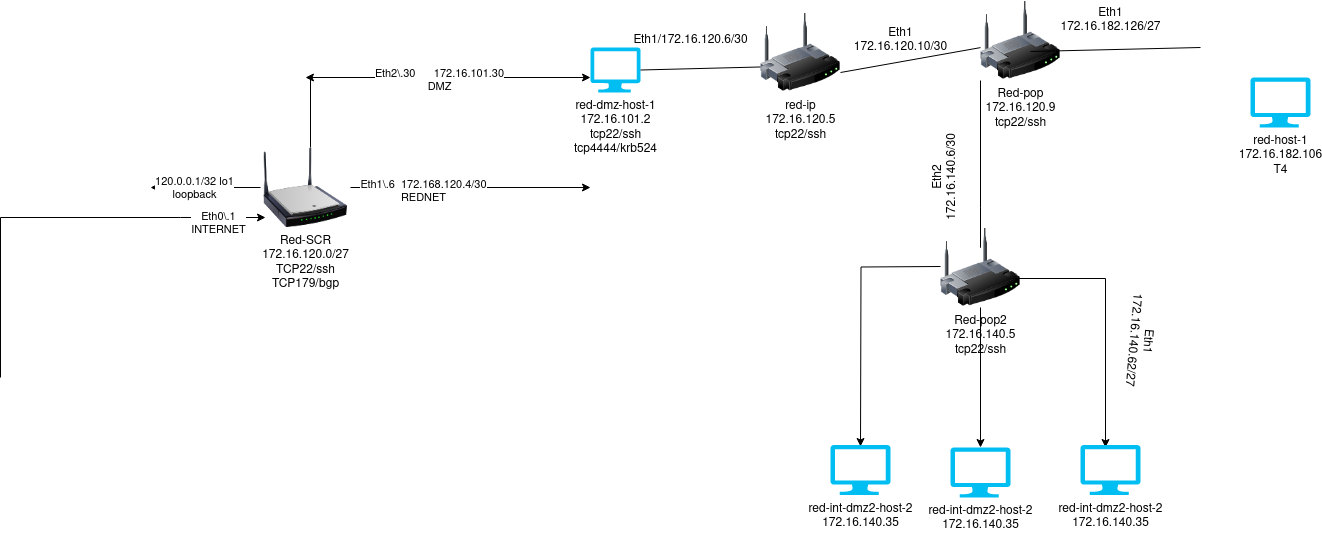
Above: networkingctfs.drawio.png in mesnath/Networking (draw.io), before the change. Source tidied: cells renumbered, new cells last; positions are measured from the earlier drawing's top-left corner, leaving out a move shared by most shapes.
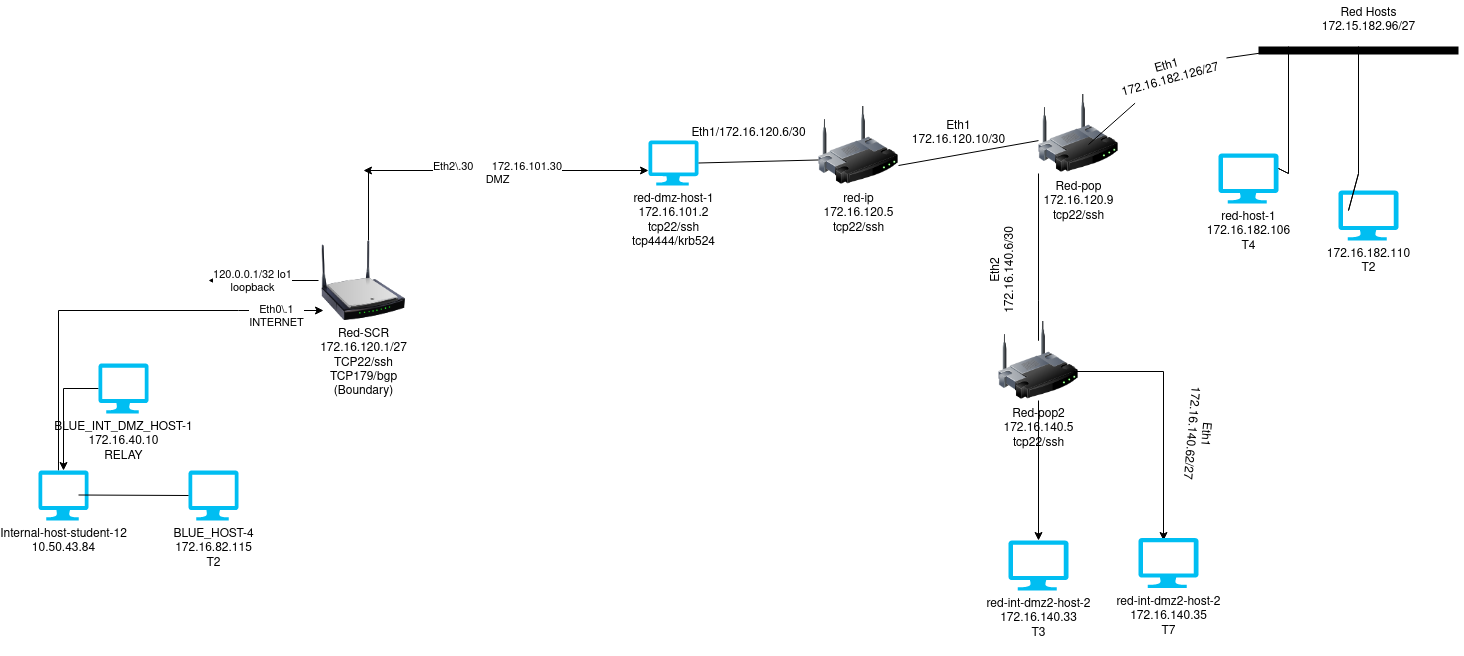
The same diagram one commit later.

The edit, as a diff of the source:
```diff
@@ -13,14 +13,6 @@
         <mxPoint x="1" as="offset" />
       </mxGeometry>
     </mxCell>
-    <mxCell id="4" style="edgeStyle=orthogonalEdgeStyle;rounded=0;jettySize=auto;html=1;" parent="1" edge="1" source="9">
-      <mxGeometry relative="1" as="geometry">
-        <mxPoint x="590" y="187" as="targetPoint" />
-      </mxGeometry>
-    </mxCell>
-    <mxCell id="5" value="&lt;div&gt;Eth1\.6&amp;nbsp; 172.168.120.4/30&lt;/div&gt;&lt;div&gt;REDNET&lt;br&gt;&lt;/div&gt;" style="edgeLabel;html=1;align=center;verticalAlign=middle;" parent="4" vertex="1">
-      <mxGeometry x="-0.4" y="-3" relative="1" as="geometry" />
-    </mxCell>
     <mxCell id="6" style="edgeStyle=orthogonalEdgeStyle;rounded=0;jettySize=auto;html=1;" parent="1" edge="1" source="9">
       <mxGeometry relative="1" as="geometry">
         <mxPoint x="305" y="77" as="targetPoint" />
@@ -37,7 +29,7 @@
     <mxCell id="8" value="120.0.0.1/32 lo1&lt;br&gt;loopback" style="edgeLabel;html=1;align=center;verticalAlign=middle;" parent="7" vertex="1">
       <mxGeometry x="0.21" relative="1" as="geometry" />
     </mxCell>
-    <mxCell id="9" value="&lt;div&gt;Red-SCR&lt;/div&gt;&lt;div&gt;172.16.120.0/27&lt;br&gt;&lt;/div&gt;TCP22/ssh&lt;br&gt;TCP179/bgp" style="image;html=1;image=img/lib/clip_art/networking/Wireless_Router_N_128x128.png;" parent="1" vertex="1">
+    <mxCell id="9" value="&lt;div&gt;Red-SCR&lt;/div&gt;&lt;div&gt;172.16.120.1/27&lt;br&gt;&lt;/div&gt;TCP22/ssh&lt;br&gt;&lt;div&gt;TCP179/bgp&lt;/div&gt;&lt;div&gt;(Boundary)&lt;br&gt;&lt;/div&gt;&lt;div&gt;&lt;br&gt;&lt;/div&gt;" style="image;html=1;image=img/lib/clip_art/networking/Wireless_Router_N_128x128.png;" parent="1" vertex="1">
       <mxGeometry x="260" y="147" width="90" height="80" as="geometry" />
     </mxCell>
     <mxCell id="10" style="endArrow=classic;html=1;rounded=0;" parent="1" edge="1">
@@ -82,18 +74,14 @@
     <mxCell id="20" value="Red-pop&lt;br&gt;172.16.120.9&lt;br&gt;tcp22/ssh" style="image;html=1;image=img/lib/clip_art/networking/Wireless_Router_128x128.png;" parent="1" vertex="1">
       <mxGeometry x="980" width="80" height="80" as="geometry" />
     </mxCell>
-    <mxCell id="21" style="endArrow=none;html=1;rounded=0;exitX=1;exitY=0.5;exitDx=0;exitDy=0;exitPerimeter=0;" parent="1" edge="1">
+    <mxCell id="21" style="endArrow=none;html=1;rounded=0;exitX=1;exitY=0.5;exitDx=0;exitDy=0;exitPerimeter=0;" parent="1" edge="1" source="23">
       <mxGeometry relative="1" as="geometry">
-        <mxPoint x="1030" y="51" as="sourcePoint" />
-        <mxPoint x="1200" y="47" as="targetPoint" />
+        <mxPoint x="1220" y="-43" as="targetPoint" />
       </mxGeometry>
     </mxCell>
     <mxCell id="22" value="red-host-1&lt;br&gt;&lt;div&gt;172.16.182.106&lt;/div&gt;&lt;div&gt;T4&lt;br&gt;&lt;/div&gt;" style="verticalLabelPosition=bottom;html=1;verticalAlign=top;align=center;strokeColor=none;fillColor=#00BEF2;shape=mxgraph.azure.computer;" parent="1" vertex="1">
-      <mxGeometry x="1250" y="77" width="60" height="50" as="geometry" />
+      <mxGeometry x="1160" y="60" width="60" height="50" as="geometry" />
     </mxCell>
-    <mxCell id="23" value="Eth1&lt;br&gt;172.16.182.126/27" style="text;html=1;align=center;verticalAlign=middle;points=[];strokeColor=none;fillColor=none;" parent="1" vertex="1">
-      <mxGeometry x="1050" width="120" height="40" as="geometry" />
-    </mxCell>
     <mxCell id="24" style="edgeStyle=orthogonalEdgeStyle;rounded=0;orthogonalLoop=1;jettySize=auto;html=1;" parent="1" edge="1">
       <mxGeometry relative="1" as="geometry">
         <mxPoint x="990" y="277" as="sourcePoint" />
@@ -119,26 +107,74 @@
     <mxCell id="27" value="Red-pop2&lt;br&gt;172.16.140.5&lt;br&gt;tcp22/ssh" style="image;html=1;image=img/lib/clip_art/networking/Wireless_Router_128x128.png;" parent="1" vertex="1">
       <mxGeometry x="940" y="227" width="80" height="80" as="geometry" />
     </mxCell>
-    <mxCell id="28" value="&lt;div&gt;red-int-dmz2-host-2&lt;/div&gt;&lt;div&gt;172.16.140.35&lt;/div&gt;&lt;div&gt;&lt;br&gt;&lt;/div&gt;" style="verticalLabelPosition=bottom;html=1;verticalAlign=top;align=center;strokeColor=none;fillColor=#00BEF2;shape=mxgraph.azure.computer;" parent="1" vertex="1">
+    <mxCell id="28" value="&lt;div&gt;red-int-dmz2-host-2&lt;/div&gt;&lt;div&gt;172.16.140.35&lt;/div&gt;&lt;div&gt;T7&lt;br&gt;&lt;/div&gt;&lt;div&gt;&lt;br&gt;&lt;/div&gt;" style="verticalLabelPosition=bottom;html=1;verticalAlign=top;align=center;strokeColor=none;fillColor=#00BEF2;shape=mxgraph.azure.computer;" parent="1" vertex="1">
       <mxGeometry x="1080" y="444.5" width="60" height="50" as="geometry" />
     </mxCell>
     <mxCell id="29" value="Eth1&lt;br&gt;172.16.140.62/27" style="text;html=1;align=center;verticalAlign=middle;strokeColor=none;fillColor=none;rotation=95;" parent="1" vertex="1">
       <mxGeometry x="1080" y="320" width="120" height="40" as="geometry" />
     </mxCell>
-    <mxCell id="30" style="edgeStyle=orthogonalEdgeStyle;rounded=0;orthogonalLoop=1;jettySize=auto;html=1;" parent="1" edge="1">
-      <mxGeometry relative="1" as="geometry">
-        <mxPoint x="940" y="266" as="sourcePoint" />
-        <mxPoint x="860" y="446" as="targetPoint" />
-      </mxGeometry>
-    </mxCell>
     <mxCell id="31" style="edgeStyle=orthogonalEdgeStyle;rounded=0;jettySize=auto;html=1;" parent="1" edge="1" source="27" target="33">
       <mxGeometry relative="1" as="geometry" />
     </mxCell>
-    <mxCell id="32" value="&lt;div&gt;red-int-dmz2-host-2&lt;/div&gt;&lt;div&gt;172.16.140.35&lt;/div&gt;&lt;div&gt;&lt;br&gt;&lt;/div&gt;" style="verticalLabelPosition=bottom;html=1;verticalAlign=top;align=center;strokeColor=none;fillColor=#00BEF2;shape=mxgraph.azure.computer;" parent="1" vertex="1">
-      <mxGeometry x="830" y="444.5" width="60" height="50" as="geometry" />
-    </mxCell>
-    <mxCell id="33" value="&lt;div&gt;red-int-dmz2-host-2&lt;/div&gt;&lt;div&gt;172.16.140.35&lt;/div&gt;&lt;div&gt;&lt;br&gt;&lt;/div&gt;" style="verticalLabelPosition=bottom;html=1;verticalAlign=top;align=center;strokeColor=none;fillColor=#00BEF2;shape=mxgraph.azure.computer;" parent="1" vertex="1">
+    <mxCell id="33" value="&lt;div&gt;red-int-dmz2-host-2&lt;/div&gt;&lt;div&gt;172.16.140.33&lt;/div&gt;&lt;div&gt;T3&lt;br&gt;&lt;/div&gt;&lt;div&gt;&lt;br&gt;&lt;/div&gt;" style="verticalLabelPosition=bottom;html=1;verticalAlign=top;align=center;strokeColor=none;fillColor=#00BEF2;shape=mxgraph.azure.computer;" parent="1" vertex="1">
       <mxGeometry x="950" y="447" width="60" height="50" as="geometry" />
     </mxCell>
+    <mxCell id="34" value="&lt;div&gt;Internal-host-student-12&lt;/div&gt;&lt;div&gt;10.50.43.84&lt;br&gt;&lt;/div&gt;" style="verticalLabelPosition=bottom;html=1;verticalAlign=top;align=center;strokeColor=none;fillColor=#00BEF2;shape=mxgraph.azure.computer;" parent="1" vertex="1">
+      <mxGeometry x="-20" y="377" width="50" height="50" as="geometry" />
+    </mxCell>
+    <mxCell id="35" style="edgeStyle=orthogonalEdgeStyle;rounded=0;jettySize=auto;html=1;" parent="1" edge="1" source="36" target="34">
+      <mxGeometry relative="1" as="geometry" />
+    </mxCell>
+    <mxCell id="36" value="&lt;div&gt;BLUE_INT_DMZ_HOST-1&lt;br&gt;172.16.40.10&lt;/div&gt;&lt;div&gt;RELAY&lt;br&gt;&lt;/div&gt;" style="verticalLabelPosition=bottom;html=1;verticalAlign=top;align=center;strokeColor=none;fillColor=#00BEF2;shape=mxgraph.azure.computer;" parent="1" vertex="1">
+      <mxGeometry x="40" y="270" width="50" height="50" as="geometry" />
+    </mxCell>
+    <mxCell id="37" value="BLUE_HOST-4&lt;br&gt;&lt;div&gt;172.16.82.115&lt;/div&gt;&lt;div&gt;T2&lt;br&gt;&lt;/div&gt;" style="verticalLabelPosition=bottom;html=1;verticalAlign=top;align=center;strokeColor=none;fillColor=#00BEF2;shape=mxgraph.azure.computer;" parent="1" vertex="1">
+      <mxGeometry x="130" y="377" width="50" height="50" as="geometry" />
+    </mxCell>
+    <mxCell id="38" style="endArrow=none;html=1;rounded=0;entryX=0;entryY=0.5;entryDx=0;entryDy=0;entryPerimeter=0;" parent="1" edge="1" target="37">
+      <mxGeometry relative="1" as="geometry">
+        <mxPoint x="20" y="401.5" as="sourcePoint" />
+      </mxGeometry>
+    </mxCell>
+    <mxCell id="39" style="endArrow=none;html=1;rounded=0;exitX=1;exitY=0.5;exitDx=0;exitDy=0;exitPerimeter=0;strokeWidth=8;" parent="1" edge="1">
+      <mxGeometry relative="1" as="geometry">
+        <mxPoint x="1200" y="-43" as="sourcePoint" />
+        <mxPoint x="1400" y="-43" as="targetPoint" />
+      </mxGeometry>
+    </mxCell>
+    <mxCell id="40" style="endArrow=none;html=1;rounded=0;exitX=1;exitY=0.5;exitDx=0;exitDy=0;exitPerimeter=0;" parent="1" edge="1" target="23">
+      <mxGeometry relative="1" as="geometry">
+        <mxPoint x="1030" y="51" as="sourcePoint" />
+      </mxGeometry>
+    </mxCell>
+    <mxCell id="23" value="Eth1&lt;br&gt;172.16.182.126/27" style="text;html=1;align=center;verticalAlign=middle;points=[];strokeColor=none;fillColor=none;rotation=-15;" parent="1" vertex="1">
+      <mxGeometry x="1050" y="-40" width="120" height="40" as="geometry" />
+    </mxCell>
+    <mxCell id="41" value="Red Hosts&lt;br&gt;172.15.182.96/27" style="text;html=1;align=center;verticalAlign=middle;strokeColor=none;fillColor=none;rotation=0;" parent="1" vertex="1">
+      <mxGeometry x="1250" y="-93" width="120" height="40" as="geometry" />
+    </mxCell>
+    <mxCell id="42" style="endArrow=none;html=1;rounded=0;exitX=1;exitY=0.75;exitDx=0;exitDy=0;entryX=0;entryY=1;entryDx=0;entryDy=0;" parent="1" edge="1">
+      <mxGeometry relative="1" as="geometry">
+        <mxPoint x="1230" y="80" as="sourcePoint" />
+        <mxPoint x="1230" y="-47" as="targetPoint" />
+        <Array as="points">
+          <mxPoint x="1220" y="75" />
+          <mxPoint x="1230" y="80" />
+        </Array>
+      </mxGeometry>
+    </mxCell>
+    <mxCell id="43" value="172.16.182.110&lt;br&gt;T2" style="verticalLabelPosition=bottom;html=1;verticalAlign=top;align=center;strokeColor=none;fillColor=#00BEF2;shape=mxgraph.azure.computer;" parent="1" vertex="1">
+      <mxGeometry x="1280" y="97" width="60" height="50" as="geometry" />
+    </mxCell>
+    <mxCell id="44" style="endArrow=none;html=1;rounded=0;exitX=1;exitY=0.75;exitDx=0;exitDy=0;entryX=0;entryY=1;entryDx=0;entryDy=0;" parent="1" edge="1">
+      <mxGeometry relative="1" as="geometry">
+        <mxPoint x="1300" y="80" as="sourcePoint" />
+        <mxPoint x="1300" y="-47" as="targetPoint" />
+        <Array as="points">
+          <mxPoint x="1290" y="117" />
+          <mxPoint x="1300" y="80" />
+        </Array>
+      </mxGeometry>
+    </mxCell>
   </root>
 </mxGraphModel>
```
